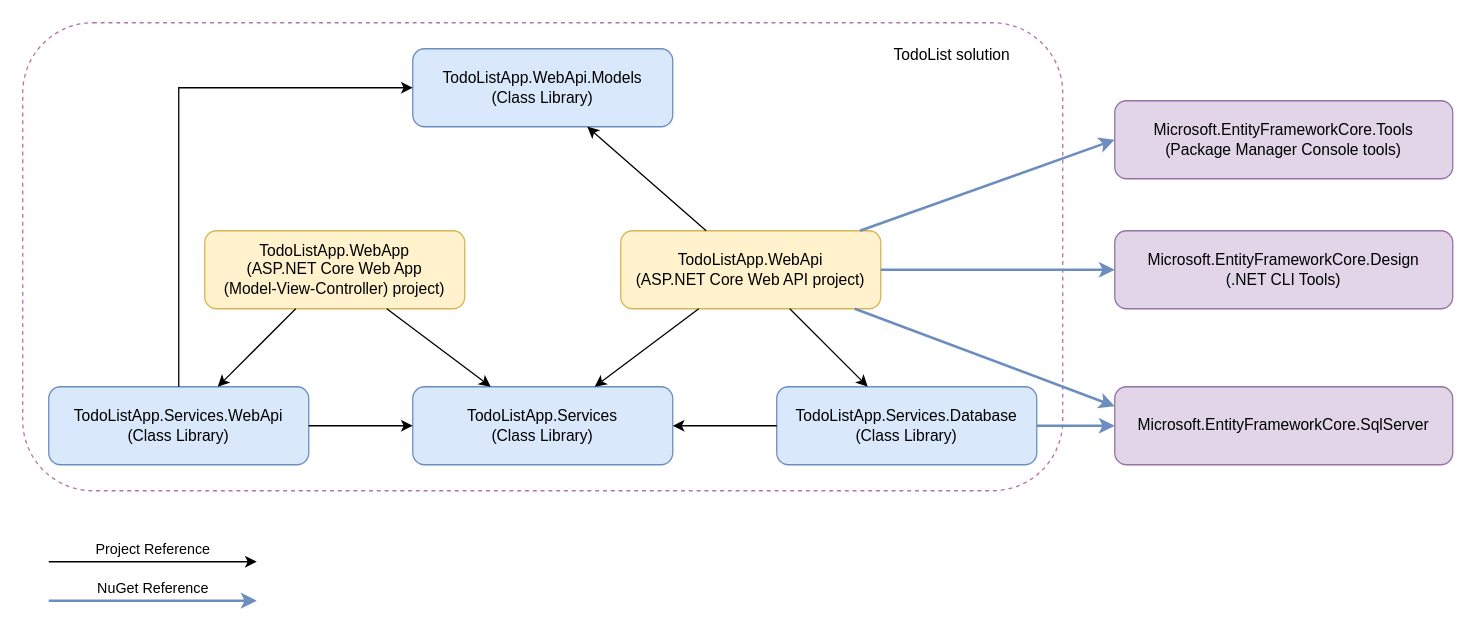
The draw.io diagram page "solution-design" (2 of 5) of images/diagrams.drawio in yxvnyk/todo-list-app, before the edit. Source tidied: cells renumbered, new cells numbered last; positions are measured from the earlier drawing's top-left corner, leaving out a move shared by most shapes. Both pictures are drawn from the tidied source at 130%, with x=0, y=0 at pixel (22, 22).
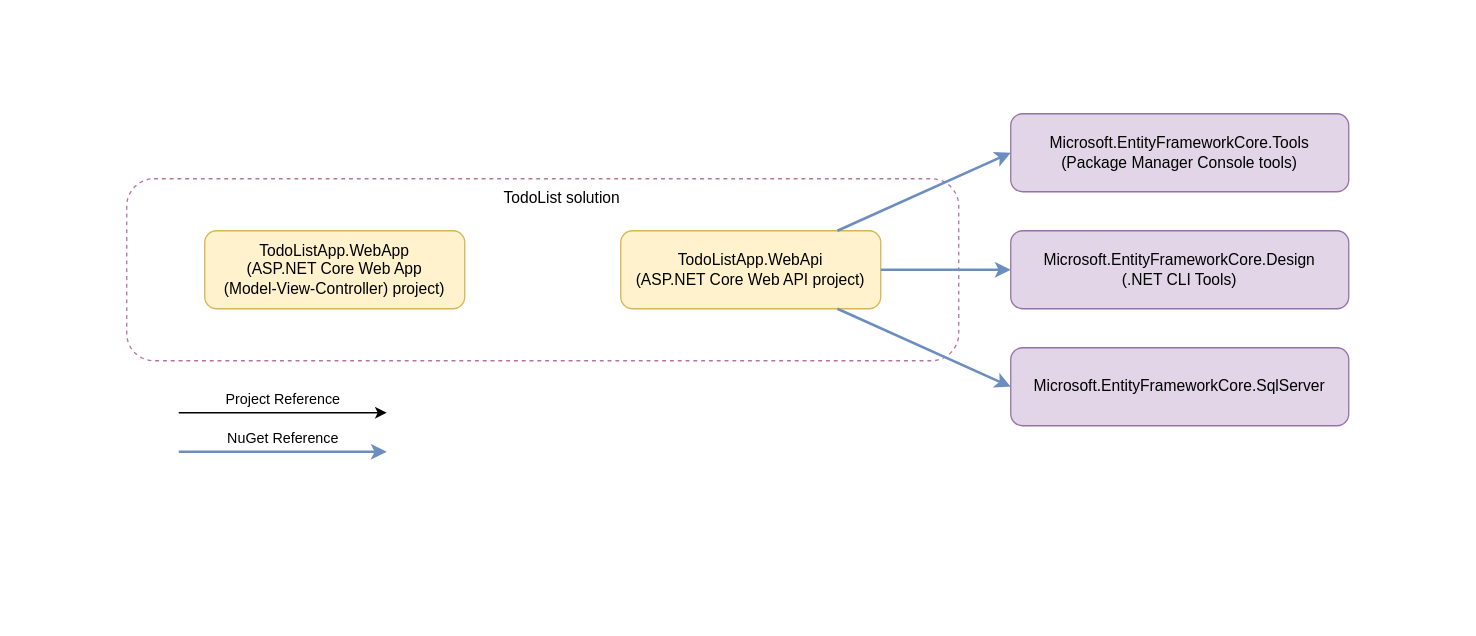
After the change.

The change refers to these unchanged cells:
```xml
<mxCell id="3" value="TodoListApp.WebApp&lt;br&gt;(ASP.NET Core Web App&lt;br&gt;(Model-View-Controller) project)" style="rounded=1;whiteSpace=wrap;html=1;fillColor=#fff2cc;strokeColor=#d6b656;glass=0;shadow=0;" parent="1" vertex="1">
  <mxGeometry x="140" y="160" width="200" height="60" as="geometry" />
</mxCell>
<mxCell id="4" value="TodoListApp.WebApi&lt;br&gt;(ASP.NET Core Web API project)" style="rounded=1;whiteSpace=wrap;html=1;fillColor=#fff2cc;strokeColor=#d6b656;" parent="1" vertex="1">
  <mxGeometry x="460" y="160" width="200" height="60" as="geometry" />
</mxCell>
```

What changed in the source:
```diff
@@
     <mxCell id="2" style="rounded=1;whiteSpace=wrap;html=1;fillColor=none;fontColor=#333333;strokeColor=#B5739D;dashed=1;" parent="1" vertex="1">
-      <mxGeometry width="800" height="360" as="geometry" />
+      <mxGeometry x="80" y="120" width="640" height="140" as="geometry" />
     </mxCell>
@@
-    <mxCell id="5" value="TodoListApp.Services.Database&lt;br&gt;(Class Library)" style="rounded=1;whiteSpace=wrap;html=1;fillColor=#dae8fc;strokeColor=#6c8ebf;" parent="1" vertex="1">
-      <mxGeometry x="580" y="280" width="200" height="60" as="geometry" />
-    </mxCell>
     <mxCell id="6" value="TodoList solution" style="text;html=1;strokeColor=none;fillColor=none;align=center;verticalAlign=middle;whiteSpace=wrap;rounded=0;" parent="1" vertex="1">
-      <mxGeometry x="660" y="10" width="110" height="30" as="geometry" />
+      <mxGeometry x="360" y="120" width="110" height="30" as="geometry" />
     </mxCell>
-    <mxCell id="7" value="TodoListApp.WebApi.Models&lt;br&gt;(Class Library)" style="rounded=1;whiteSpace=wrap;html=1;fillColor=#dae8fc;strokeColor=#6c8ebf;" parent="1" vertex="1">
-      <mxGeometry x="300" y="20" width="200" height="60" as="geometry" />
-    </mxCell>
-    <mxCell id="8" style="endArrow=classic;html=1;rounded=0;" parent="1" edge="1" source="4" target="7">
-      <mxGeometry relative="1" as="geometry" />
-    </mxCell>
-    <mxCell id="9" style="endArrow=classic;html=1;rounded=0;" parent="1" edge="1" source="4" target="5">
-      <mxGeometry relative="1" as="geometry" />
-    </mxCell>
     <mxCell id="10" value="Microsoft.EntityFrameworkCore.SqlServer" style="rounded=1;whiteSpace=wrap;html=1;fillColor=#e1d5e7;strokeColor=#9673a6;" parent="1" vertex="1">
-      <mxGeometry x="840" y="280" width="260" height="60" as="geometry" />
+      <mxGeometry x="760" y="250" width="260" height="60" as="geometry" />
     </mxCell>
-    <mxCell id="11" style="endArrow=classic;html=1;rounded=0;strokeWidth=2;fillColor=#dae8fc;strokeColor=#6c8ebf;" parent="1" edge="1" source="5" target="10">
-      <mxGeometry x="0.33" relative="1" as="geometry" />
-    </mxCell>
-    <mxCell id="12" value="TodoListApp.Services&lt;br&gt;(Class Library)" style="rounded=1;whiteSpace=wrap;html=1;fillColor=#dae8fc;strokeColor=#6c8ebf;" parent="1" vertex="1">
-      <mxGeometry x="300" y="280" width="200" height="60" as="geometry" />
-    </mxCell>
-    <mxCell id="13" value="TodoListApp.Services.WebApi&lt;br&gt;(Class Library)" style="rounded=1;whiteSpace=wrap;html=1;fillColor=#dae8fc;strokeColor=#6c8ebf;" parent="1" vertex="1">
-      <mxGeometry x="20" y="280" width="200" height="60" as="geometry" />
-    </mxCell>
-    <mxCell id="14" style="endArrow=classic;html=1;rounded=0;" parent="1" edge="1" source="13" target="7">
-      <mxGeometry relative="1" as="geometry">
-        <Array as="points">
-          <mxPoint x="120" y="50" />
-        </Array>
-      </mxGeometry>
-    </mxCell>
-    <mxCell id="15" style="endArrow=classic;html=1;rounded=0;" parent="1" edge="1" source="3" target="13">
-      <mxGeometry relative="1" as="geometry" />
-    </mxCell>
-    <mxCell id="16" style="endArrow=classic;html=1;rounded=0;" parent="1" edge="1" source="4" target="12">
-      <mxGeometry relative="1" as="geometry" />
-    </mxCell>
-    <mxCell id="17" style="endArrow=classic;html=1;rounded=0;" parent="1" edge="1" source="3" target="12">
-      <mxGeometry relative="1" as="geometry" />
-    </mxCell>
-    <mxCell id="18" style="endArrow=classic;html=1;rounded=0;" parent="1" edge="1" source="13" target="12">
-      <mxGeometry relative="1" as="geometry" />
-    </mxCell>
-    <mxCell id="19" style="endArrow=classic;html=1;rounded=0;" parent="1" edge="1" source="5" target="12">
-      <mxGeometry relative="1" as="geometry" />
-    </mxCell>
     <mxCell id="20" value="Project Reference" style="endArrow=classic;html=1;rounded=0;" parent="1" edge="1">
       <mxGeometry y="10" relative="1" as="geometry">
-        <mxPoint x="20" y="414.6" as="sourcePoint" />
-        <mxPoint x="180" y="414.6" as="targetPoint" />
+        <mxPoint x="120" y="300" as="sourcePoint" />
+        <mxPoint x="280" y="300" as="targetPoint" />
       </mxGeometry>
     </mxCell>
     <mxCell id="21" value="NuGet Reference" style="endArrow=classic;html=1;rounded=0;fillColor=#dae8fc;strokeColor=#6c8ebf;strokeWidth=2;" parent="1" edge="1">
       <mxGeometry y="10" relative="1" as="geometry">
-        <mxPoint x="20" y="444.6" as="sourcePoint" />
-        <mxPoint x="180" y="444.6" as="targetPoint" />
+        <mxPoint x="120" y="330" as="sourcePoint" />
+        <mxPoint x="280" y="330" as="targetPoint" />
       </mxGeometry>
     </mxCell>
@@
     <mxCell id="23" value="Microsoft.EntityFrameworkCore.Tools&lt;br&gt;(Package Manager Console tools)" style="rounded=1;whiteSpace=wrap;html=1;fillColor=#e1d5e7;strokeColor=#9673a6;" parent="1" vertex="1">
-      <mxGeometry x="840" y="60" width="260" height="60" as="geometry" />
+      <mxGeometry x="760" y="70" width="260" height="60" as="geometry" />
     </mxCell>
-    <mxCell id="24" style="endArrow=classic;html=1;rounded=0;strokeWidth=2;fillColor=#dae8fc;strokeColor=#6c8ebf;entryX=0;entryY=0.25;entryDx=0;entryDy=0;" parent="1" edge="1" source="4" target="10">
+    <mxCell id="24" style="endArrow=classic;html=1;rounded=0;strokeWidth=2;fillColor=#dae8fc;strokeColor=#6c8ebf;entryX=0;entryY=0.5;entryDx=0;entryDy=0;" parent="1" edge="1" source="4" target="10">
       <mxGeometry x="0.33" relative="1" as="geometry" />
     </mxCell>
     <mxCell id="25" value="Microsoft.EntityFrameworkCore.Design&lt;br&gt;(.NET CLI Tools)" style="rounded=1;whiteSpace=wrap;html=1;fillColor=#e1d5e7;strokeColor=#9673a6;" parent="1" vertex="1">
-      <mxGeometry x="840" y="160" width="260" height="60" as="geometry" />
+      <mxGeometry x="760" y="160" width="260" height="60" as="geometry" />
     </mxCell>
```
